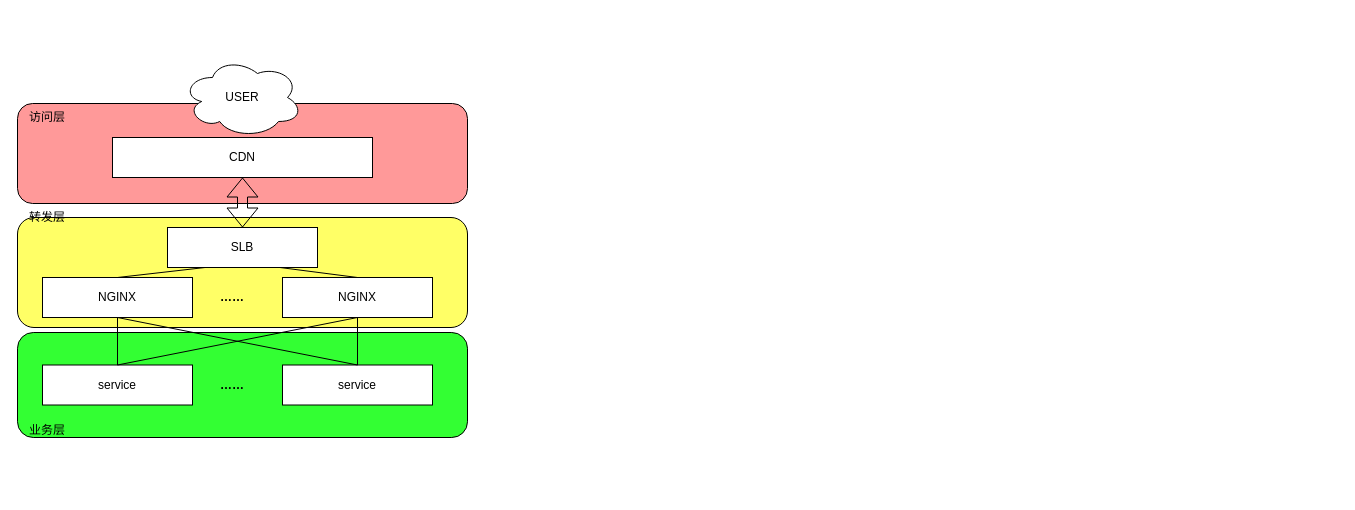
The draw.io diagram page "安全防护" (3 of 6) of Untitled Diagram.drawio in RalapZ/golearn, before the edit. Source tidied: cells renumbered, new cells numbered last; positions are measured from the earlier drawing's top-left corner, leaving out a move shared by most shapes. Both pictures are drawn from the tidied source at 100%, with x=0, y=0 at pixel (17, 57).
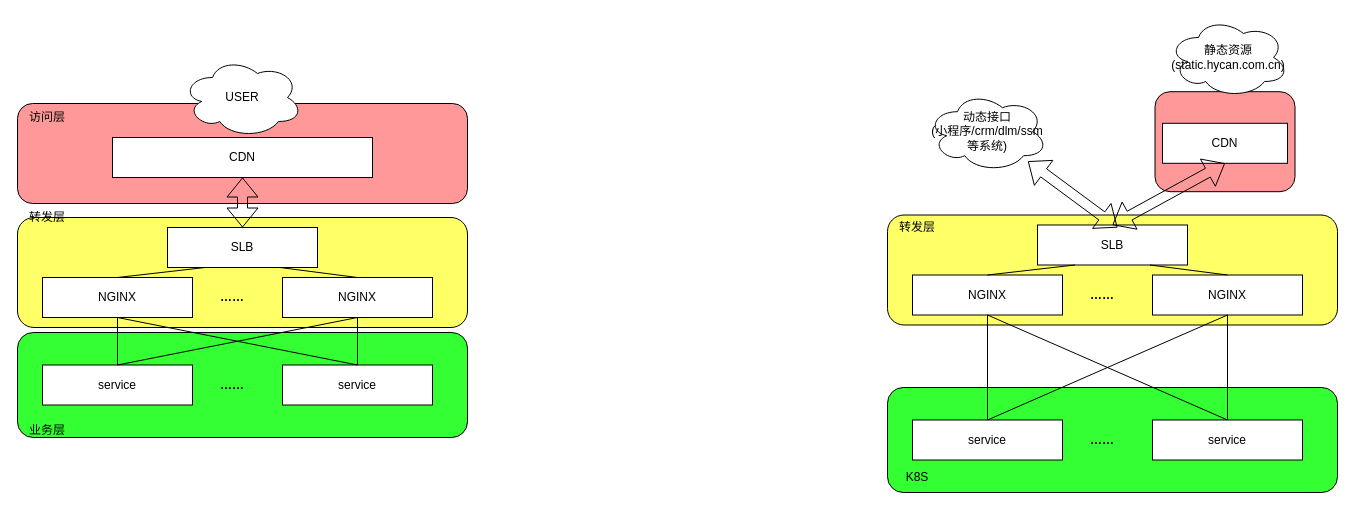
The same page after the edit.

The edit, as a diff of the source:
```diff
@@
+    <mxCell id="24" style="rounded=1;whiteSpace=wrap;html=1;fillColor=#33FF33;" parent="1" vertex="1">
+      <mxGeometry x="870" y="330" width="450" height="105" as="geometry" />
+    </mxCell>
+    <mxCell id="25" style="rounded=1;whiteSpace=wrap;html=1;fillColor=#FFFF66;" parent="1" vertex="1">
+      <mxGeometry x="870" y="157.5" width="450" height="110" as="geometry" />
+    </mxCell>
+    <mxCell id="26" style="rounded=1;whiteSpace=wrap;html=1;fillColor=#FF9999;" parent="1" vertex="1">
+      <mxGeometry x="1137.5" y="34.2" width="140" height="100" as="geometry" />
+    </mxCell>
+    <mxCell id="27" value="CDN" style="rounded=0;whiteSpace=wrap;html=1;" parent="1" vertex="1">
+      <mxGeometry x="1145" y="65.8" width="125" height="40" as="geometry" />
+    </mxCell>
+    <mxCell id="28" value="SLB" style="rounded=0;whiteSpace=wrap;html=1;" parent="1" vertex="1">
+      <mxGeometry x="1020" y="167.5" width="150" height="40" as="geometry" />
+    </mxCell>
+    <mxCell id="29" value="NGINX" style="rounded=0;whiteSpace=wrap;html=1;" parent="1" vertex="1">
+      <mxGeometry x="895" y="217.5" width="150" height="40" as="geometry" />
+    </mxCell>
+    <mxCell id="30" value="NGINX" style="rounded=0;whiteSpace=wrap;html=1;" parent="1" vertex="1">
+      <mxGeometry x="1135" y="217.5" width="150" height="40" as="geometry" />
+    </mxCell>
+    <mxCell id="31" value="……" style="text;html=1;strokeColor=none;fillColor=none;align=center;verticalAlign=middle;whiteSpace=wrap;rounded=0;fontStyle=1;" parent="1" vertex="1">
+      <mxGeometry x="1065" y="227.5" width="40" height="20" as="geometry" />
+    </mxCell>
+    <mxCell id="32" style="endArrow=none;html=1;exitX=0.5;exitY=0;exitDx=0;exitDy=0;entryX=0.25;entryY=1;entryDx=0;entryDy=0;" parent="1" edge="1" source="29" target="28">
+      <mxGeometry relative="1" as="geometry" />
+    </mxCell>
+    <mxCell id="33" style="endArrow=none;html=1;entryX=0.75;entryY=1;entryDx=0;entryDy=0;exitX=0.5;exitY=0;exitDx=0;exitDy=0;" parent="1" edge="1" source="30" target="28">
+      <mxGeometry relative="1" as="geometry" />
+    </mxCell>
+    <mxCell id="34" style="shape=flexArrow;endArrow=classic;startArrow=classic;html=1;entryX=0.5;entryY=1;entryDx=0;entryDy=0;exitX=0.5;exitY=0;exitDx=0;exitDy=0;" parent="1" edge="1" source="28" target="27">
+      <mxGeometry relative="1" as="geometry" />
+    </mxCell>
+    <mxCell id="35" value="静态资源&lt;br&gt;(static.hycan.com.cn)" style="ellipse;shape=cloud;whiteSpace=wrap;html=1;" parent="1" vertex="1">
+      <mxGeometry x="1151" y="-40" width="120" height="80" as="geometry" />
+    </mxCell>
+    <mxCell id="36" value="service" style="rounded=0;whiteSpace=wrap;html=1;" parent="1" vertex="1">
+      <mxGeometry x="895" y="362.5" width="150" height="40" as="geometry" />
+    </mxCell>
+    <mxCell id="37" value="service" style="rounded=0;whiteSpace=wrap;html=1;" parent="1" vertex="1">
+      <mxGeometry x="1135" y="362.5" width="150" height="40" as="geometry" />
+    </mxCell>
+    <mxCell id="38" value="……" style="text;html=1;strokeColor=none;fillColor=none;align=center;verticalAlign=middle;whiteSpace=wrap;rounded=0;fontStyle=1;" parent="1" vertex="1">
+      <mxGeometry x="1065" y="372.5" width="40" height="20" as="geometry" />
+    </mxCell>
+    <mxCell id="39" style="endArrow=none;html=1;exitX=0.5;exitY=1;exitDx=0;exitDy=0;entryX=0.5;entryY=0;entryDx=0;entryDy=0;" parent="1" edge="1" source="29" target="36">
+      <mxGeometry relative="1" as="geometry" />
+    </mxCell>
+    <mxCell id="40" style="endArrow=none;html=1;exitX=0.5;exitY=1;exitDx=0;exitDy=0;entryX=0.5;entryY=0;entryDx=0;entryDy=0;" parent="1" edge="1" source="30" target="37">
+      <mxGeometry relative="1" as="geometry" />
+    </mxCell>
+    <mxCell id="41" style="endArrow=none;html=1;exitX=0.5;exitY=1;exitDx=0;exitDy=0;entryX=0.5;entryY=0;entryDx=0;entryDy=0;" parent="1" edge="1" source="29" target="37">
+      <mxGeometry relative="1" as="geometry" />
+    </mxCell>
+    <mxCell id="42" style="endArrow=none;html=1;exitX=0.5;exitY=0;exitDx=0;exitDy=0;" parent="1" edge="1" source="36">
+      <mxGeometry relative="1" as="geometry">
+        <mxPoint x="1210" y="257.5" as="targetPoint" />
+      </mxGeometry>
+    </mxCell>
+    <mxCell id="43" value="转发层" style="text;html=1;strokeColor=none;fillColor=none;align=center;verticalAlign=middle;whiteSpace=wrap;rounded=0;" parent="1" vertex="1">
+      <mxGeometry x="880" y="160" width="40" height="20" as="geometry" />
+    </mxCell>
+    <mxCell id="44" value="K8S" style="text;html=1;strokeColor=none;fillColor=none;align=center;verticalAlign=middle;whiteSpace=wrap;rounded=0;" parent="1" vertex="1">
+      <mxGeometry x="880" y="410" width="40" height="20" as="geometry" />
+    </mxCell>
+    <mxCell id="45" value="动态接口&lt;br&gt;(小程序/crm/dlm/ssm等系统)" style="ellipse;shape=cloud;whiteSpace=wrap;html=1;" parent="1" vertex="1">
+      <mxGeometry x="910" y="34.2" width="120" height="80" as="geometry" />
+    </mxCell>
+    <mxCell id="46" style="shape=flexArrow;endArrow=classic;startArrow=classic;html=1;" parent="1" edge="1" target="45">
+      <mxGeometry relative="1" as="geometry">
+        <mxPoint x="1100" y="170" as="sourcePoint" />
+      </mxGeometry>
+    </mxCell>
```
